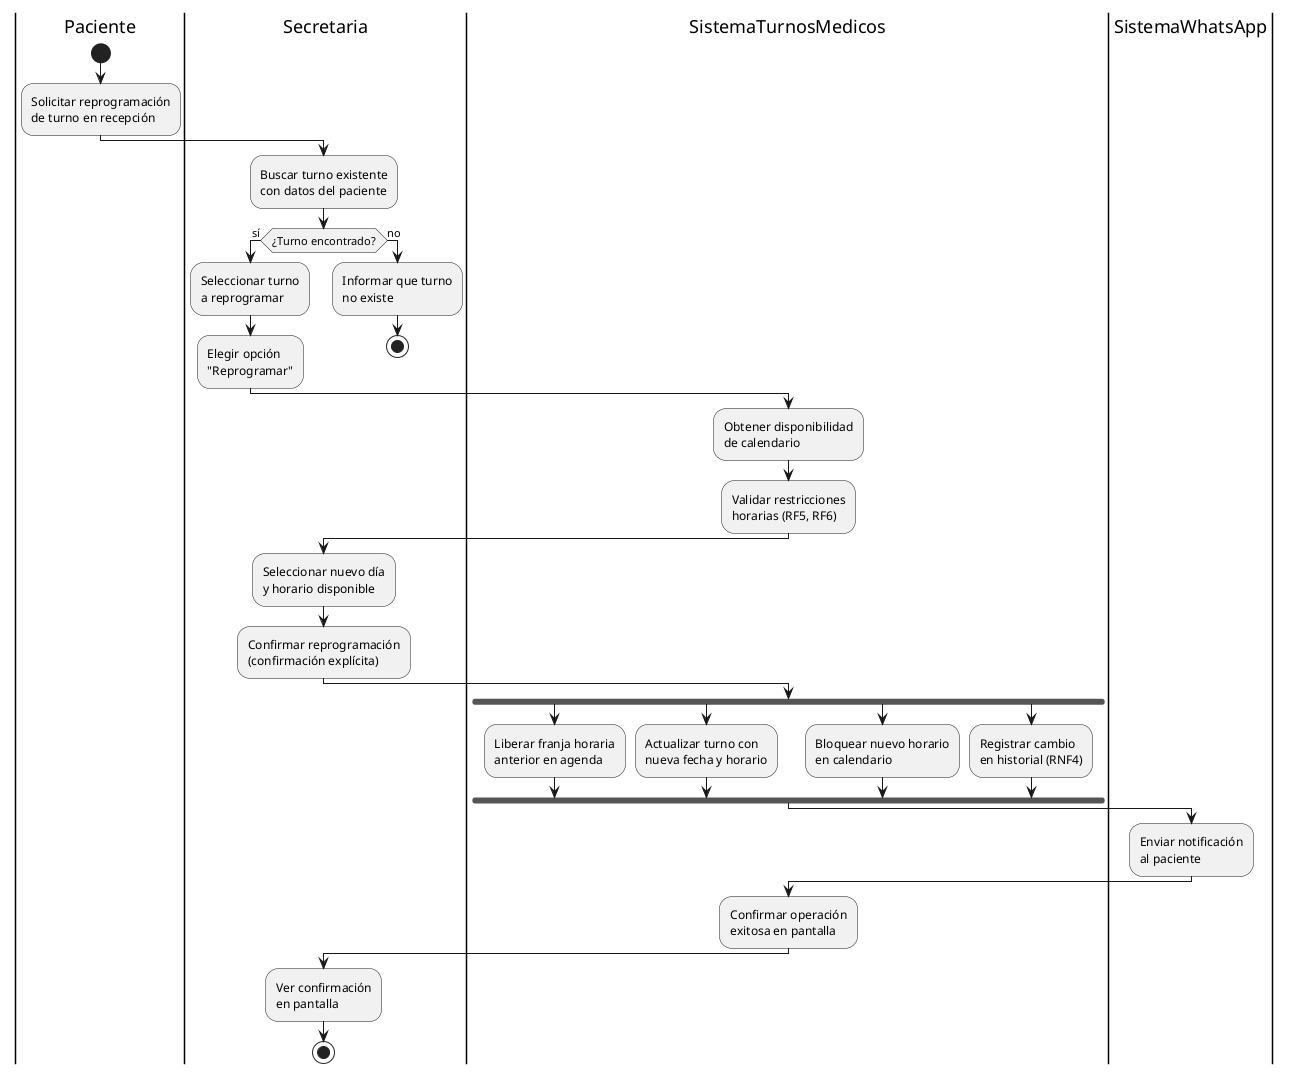
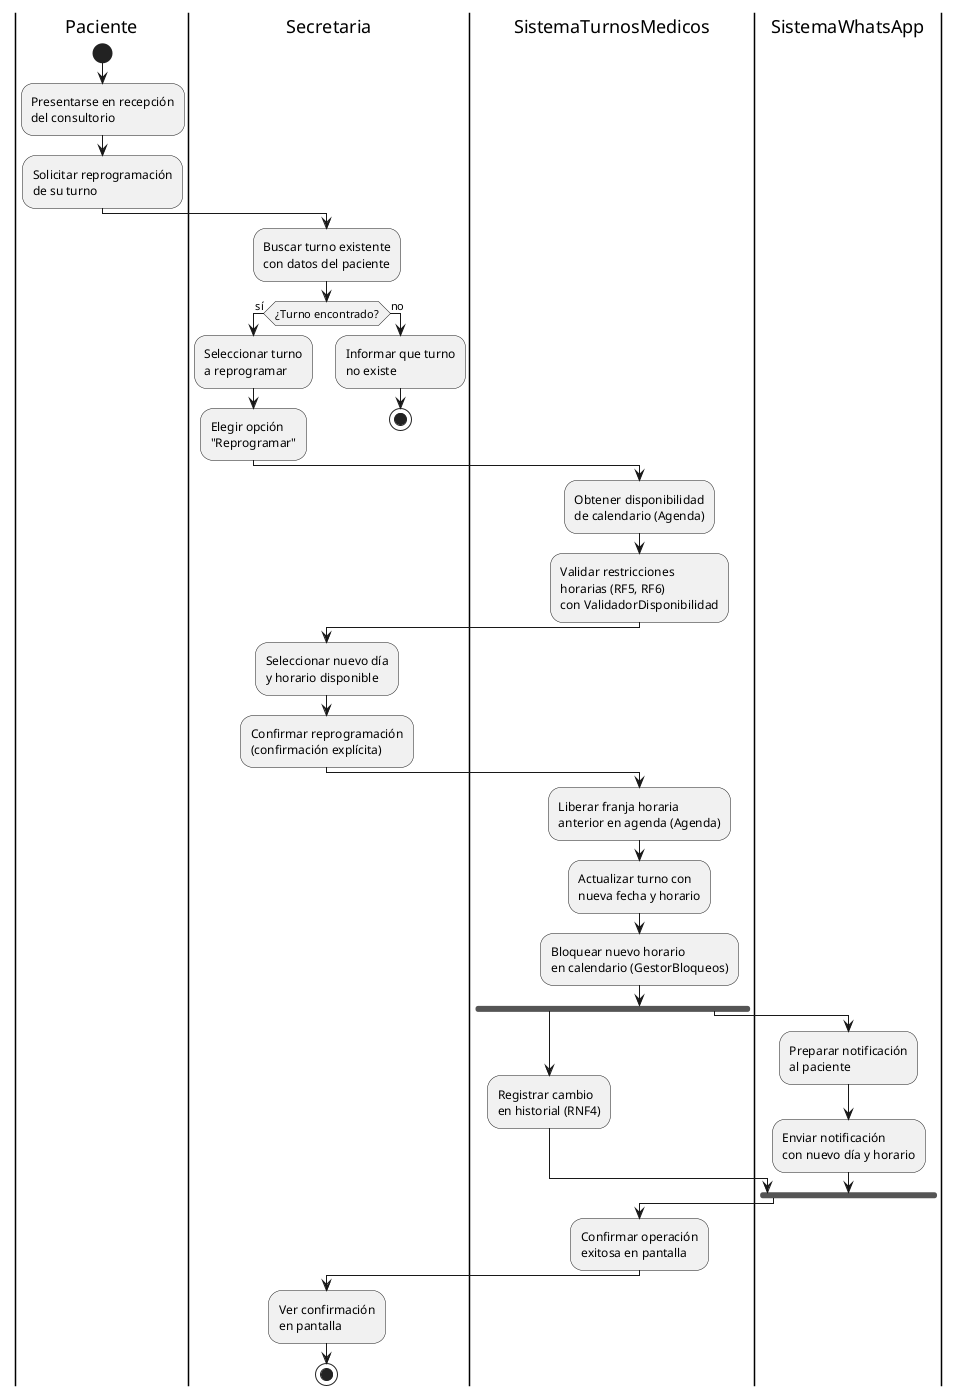
@startuml 04-actividad-reprogramar-turno-03

|Paciente|
start
- :Solicitar reprogramación\nde turno en recepción;
+ :Presentarse en recepción\ndel consultorio;
+ :Solicitar reprogramación\nde su turno;

|Secretaria|
:Buscar turno existente\ncon datos del paciente;

if (¿Turno encontrado?) then (sí)
    :Seleccionar turno\na reprogramar;
    :Elegir opción\n"Reprogramar";
else (no)
    :Informar que turno\nno existe;
    stop
endif

|SistemaTurnosMedicos|
- :Obtener disponibilidad\nde calendario;
- :Validar restricciones\nhorarias (RF5, RF6);
+ :Obtener disponibilidad\nde calendario (Agenda);
+ :Validar restricciones\nhorarias (RF5, RF6)\ncon ValidadorDisponibilidad;

|Secretaria|
:Seleccionar nuevo día\ny horario disponible;
:Confirmar reprogramación\n(confirmación explícita);

|SistemaTurnosMedicos|
+ :Liberar franja horaria\nanterior en agenda (Agenda);
+ :Actualizar turno con\nnueva fecha y horario;
+ :Bloquear nuevo horario\nen calendario (GestorBloqueos);
+ 
fork
-     :Liberar franja horaria\nanterior en agenda;
+     :Registrar cambio\nen historial (RNF4);
fork again
-     :Actualizar turno con\nnueva fecha y horario;
- fork again
-     :Bloquear nuevo horario\nen calendario;
- fork again
-     :Registrar cambio\nen historial (RNF4);
+     |SistemaWhatsApp|
+     :Preparar notificación\nal paciente;
+     :Enviar notificación\ncon nuevo día y horario;
endfork
- 
- |SistemaWhatsApp|
- :Enviar notificación\nal paciente;

|SistemaTurnosMedicos|
:Confirmar operación\nexitosa en pantalla;

|Secretaria|
:Ver confirmación\nen pantalla;

stop

@enduml
